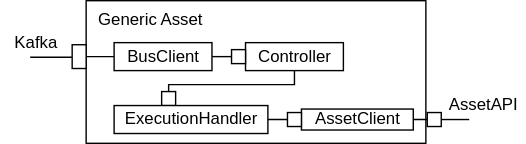
The draw.io diagram docs/CC_GenericService.svg in SDU-SW-Engineering/Reconfigurable-I4-Middleware-Software-Architecture, before a commit. Source tidied: cells renumbered, new cells last; positions are measured from the earlier drawing's top-left corner, leaving out a move shared by most shapes. Source of this version:
```xml
<mxGraphModel>
  <root>
    <mxCell id="0" />
    <mxCell id="1" parent="0" />
    <mxCell id="2" value="Generic Asset" style="html=1;fontFamily=Helvetica;fontSize=12;fontColor=#000000;align=left;verticalAlign=top;spacingLeft=7;" parent="1" vertex="1">
      <mxGeometry x="61" width="243" height="102" as="geometry" />
    </mxCell>
    <mxCell id="3" value="Controller" style="html=1;fontFamily=Helvetica;fontSize=12;fontColor=#000000;" parent="1" vertex="1">
      <mxGeometry x="175" y="30" width="70" height="20" as="geometry" />
    </mxCell>
    <mxCell id="4" style="rounded=0;whiteSpace=wrap;html=1;fontFamily=Helvetica;fontSize=12;fontColor=#000000;" parent="1" vertex="1">
      <mxGeometry x="165" y="35" width="10" height="10" as="geometry" />
    </mxCell>
    <mxCell id="5" style="rounded=0;whiteSpace=wrap;html=1;fontFamily=Helvetica;fontSize=12;fontColor=#000000;rotation=90;" parent="1" vertex="1">
      <mxGeometry x="115" y="65" width="10" height="10" as="geometry" />
    </mxCell>
    <mxCell id="6" style="edgeStyle=orthogonalEdgeStyle;rounded=0;jettySize=auto;html=1;startArrow=none;startFill=0;endArrow=none;endFill=0;entryX=0;entryY=0.5;entryDx=0;entryDy=0;" parent="1" edge="1" source="3" target="5">
      <mxGeometry relative="1" as="geometry">
        <Array as="points">
          <mxPoint x="210" y="60" />
          <mxPoint x="120" y="60" />
        </Array>
      </mxGeometry>
    </mxCell>
    <mxCell id="7" style="edgeStyle=orthogonalEdgeStyle;rounded=0;jettySize=auto;html=1;endArrow=none;endFill=0;startArrow=none;startFill=0;" parent="1" edge="1" target="8">
      <mxGeometry relative="1" as="geometry">
        <mxPoint x="21" y="40.5" as="sourcePoint" />
        <Array as="points">
          <mxPoint x="41" y="40.5" />
          <mxPoint x="41" y="40.5" />
        </Array>
      </mxGeometry>
    </mxCell>
    <mxCell id="8" style="rounded=0;whiteSpace=wrap;html=1;fontFamily=Helvetica;fontSize=12;fontColor=#000000;" parent="1" vertex="1">
      <mxGeometry x="51" y="31.5" width="10" height="17" as="geometry" />
    </mxCell>
    <mxCell id="9" style="edgeStyle=orthogonalEdgeStyle;rounded=0;jettySize=auto;html=1;startArrow=none;startFill=0;endArrow=none;endFill=0;entryX=0;entryY=0.5;entryDx=0;entryDy=0;" parent="1" edge="1" source="10" target="4">
      <mxGeometry relative="1" as="geometry">
        <Array as="points">
          <mxPoint x="165" y="40" />
          <mxPoint x="165" y="40" />
        </Array>
      </mxGeometry>
    </mxCell>
    <mxCell id="10" value="BusClient" style="html=1;fontFamily=Helvetica;fontSize=12;fontColor=#000000;" parent="1" vertex="1">
      <mxGeometry x="81" y="30" width="70" height="20" as="geometry" />
    </mxCell>
    <mxCell id="11" style="edgeStyle=orthogonalEdgeStyle;rounded=0;jettySize=auto;html=1;entryX=0;entryY=0.5;entryDx=0;entryDy=0;startArrow=none;startFill=0;endArrow=none;endFill=0;" parent="1" edge="1" source="8" target="10">
      <mxGeometry relative="1" as="geometry" />
    </mxCell>
    <mxCell id="12" value="Kafka" style="text;html=1;align=center;verticalAlign=middle;points=[];strokeColor=none;fillColor=none;" parent="1" vertex="1">
      <mxGeometry y="20" width="50" height="20" as="geometry" />
    </mxCell>
    <mxCell id="13" style="edgeStyle=orthogonalEdgeStyle;rounded=0;jettySize=auto;html=1;startArrow=none;startFill=0;endArrow=none;endFill=0;entryX=0;entryY=0.5;entryDx=0;entryDy=0;" parent="1" edge="1" source="14" target="20">
      <mxGeometry relative="1" as="geometry" />
    </mxCell>
    <mxCell id="14" value="ExecutionHandler" style="html=1;fontFamily=Helvetica;fontSize=12;fontColor=#000000;" parent="1" vertex="1">
      <mxGeometry x="81" y="75" width="110" height="20" as="geometry" />
    </mxCell>
    <mxCell id="15" style="edgeStyle=orthogonalEdgeStyle;rounded=0;jettySize=auto;html=1;entryX=0;entryY=0.5;entryDx=0;entryDy=0;startArrow=none;startFill=0;endArrow=none;endFill=0;" parent="1" edge="1" source="16" target="17">
      <mxGeometry relative="1" as="geometry" />
    </mxCell>
    <mxCell id="16" value="AssetClient" style="html=1;fontFamily=Helvetica;fontSize=12;fontColor=#000000;" parent="1" vertex="1">
      <mxGeometry x="215" y="77.5" width="80" height="15" as="geometry" />
    </mxCell>
    <mxCell id="17" style="rounded=0;whiteSpace=wrap;html=1;fontFamily=Helvetica;fontSize=12;fontColor=#000000;" parent="1" vertex="1">
      <mxGeometry x="305" y="80" width="10" height="10" as="geometry" />
    </mxCell>
    <mxCell id="18" style="edgeStyle=orthogonalEdgeStyle;rounded=0;jettySize=auto;html=1;startArrow=none;startFill=0;endArrow=none;endFill=0;exitX=1;exitY=0.5;exitDx=0;exitDy=0;" parent="1" edge="1" source="17">
      <mxGeometry relative="1" as="geometry">
        <mxPoint x="335" y="85" as="targetPoint" />
        <Array as="points">
          <mxPoint x="335" y="85" />
        </Array>
      </mxGeometry>
    </mxCell>
    <mxCell id="19" value="AssetAPI" style="text;html=1;align=center;verticalAlign=middle;strokeColor=none;fillColor=none;" parent="1" vertex="1">
      <mxGeometry x="315" y="65" width="60" height="20" as="geometry" />
    </mxCell>
    <mxCell id="20" style="rounded=0;whiteSpace=wrap;html=1;fontFamily=Helvetica;fontSize=12;fontColor=#000000;" parent="1" vertex="1">
      <mxGeometry x="205" y="80" width="10" height="10" as="geometry" />
    </mxCell>
  </root>
</mxGraphModel>
```
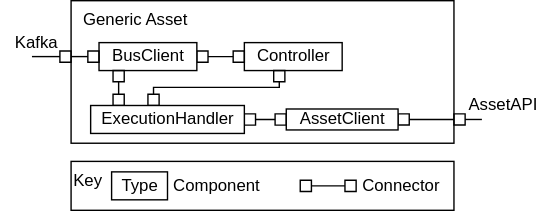
Above is the later version.

The edit, as a diff of the source:
```diff
@@ -3,82 +3,97 @@
     <mxCell id="0" />
     <mxCell id="1" parent="0" />
     <mxCell id="2" value="Generic Asset" style="html=1;fontFamily=Helvetica;fontSize=12;fontColor=#000000;align=left;verticalAlign=top;spacingLeft=7;" parent="1" vertex="1">
-      <mxGeometry x="61" width="243" height="102" as="geometry" />
+      <mxGeometry x="61" width="274" height="102" as="geometry" />
     </mxCell>
     <mxCell id="3" value="Controller" style="html=1;fontFamily=Helvetica;fontSize=12;fontColor=#000000;" parent="1" vertex="1">
-      <mxGeometry x="175" y="30" width="70" height="20" as="geometry" />
+      <mxGeometry x="185" y="30" width="70" height="20" as="geometry" />
     </mxCell>
-    <mxCell id="4" style="rounded=0;whiteSpace=wrap;html=1;fontFamily=Helvetica;fontSize=12;fontColor=#000000;" parent="1" vertex="1">
-      <mxGeometry x="165" y="35" width="10" height="10" as="geometry" />
+    <mxCell id="4" style="edgeStyle=orthogonalEdgeStyle;rounded=0;jettySize=auto;html=1;startArrow=box;startFill=0;endArrow=box;endFill=0;" parent="1" edge="1" source="3" target="12">
+      <mxGeometry relative="1" as="geometry">
+        <Array as="points">
+          <mxPoint x="210" y="62" />
+          <mxPoint x="120" y="62" />
+        </Array>
+      </mxGeometry>
     </mxCell>
-    <mxCell id="5" style="rounded=0;whiteSpace=wrap;html=1;fontFamily=Helvetica;fontSize=12;fontColor=#000000;rotation=90;" parent="1" vertex="1">
-      <mxGeometry x="115" y="65" width="10" height="10" as="geometry" />
+    <mxCell id="5" style="edgeStyle=orthogonalEdgeStyle;rounded=0;orthogonalLoop=1;jettySize=auto;html=1;endArrow=none;endFill=0;startArrow=none;startFill=0;" parent="1" edge="1">
+      <mxGeometry relative="1" as="geometry">
+        <mxPoint x="33" y="40" as="sourcePoint" />
+        <mxPoint x="53" y="40.5" as="targetPoint" />
+        <Array as="points">
+          <mxPoint x="53" y="40" />
+          <mxPoint x="53" y="40" />
+        </Array>
+      </mxGeometry>
     </mxCell>
-    <mxCell id="6" style="edgeStyle=orthogonalEdgeStyle;rounded=0;jettySize=auto;html=1;startArrow=none;startFill=0;endArrow=none;endFill=0;entryX=0;entryY=0.5;entryDx=0;entryDy=0;" parent="1" edge="1" source="3" target="5">
-      <mxGeometry relative="1" as="geometry">
-        <Array as="points">
-          <mxPoint x="210" y="60" />
-          <mxPoint x="120" y="60" />
-        </Array>
-      </mxGeometry>
+    <mxCell id="6" style="edgeStyle=orthogonalEdgeStyle;rounded=0;jettySize=auto;html=1;startArrow=box;startFill=0;endArrow=box;endFill=0;" parent="1" edge="1" source="7" target="3">
+      <mxGeometry relative="1" as="geometry" />
     </mxCell>
-    <mxCell id="7" style="edgeStyle=orthogonalEdgeStyle;rounded=0;jettySize=auto;html=1;endArrow=none;endFill=0;startArrow=none;startFill=0;" parent="1" edge="1" target="8">
-      <mxGeometry relative="1" as="geometry">
-        <mxPoint x="21" y="40.5" as="sourcePoint" />
-        <Array as="points">
-          <mxPoint x="41" y="40.5" />
-          <mxPoint x="41" y="40.5" />
-        </Array>
-      </mxGeometry>
+    <mxCell id="7" value="BusClient" style="html=1;fontFamily=Helvetica;fontSize=12;fontColor=#000000;" parent="1" vertex="1">
+      <mxGeometry x="81" y="30" width="70" height="20" as="geometry" />
     </mxCell>
-    <mxCell id="8" style="rounded=0;whiteSpace=wrap;html=1;fontFamily=Helvetica;fontSize=12;fontColor=#000000;" parent="1" vertex="1">
-      <mxGeometry x="51" y="31.5" width="10" height="17" as="geometry" />
+    <mxCell id="8" style="edgeStyle=orthogonalEdgeStyle;rounded=0;jettySize=auto;html=1;entryX=0;entryY=0.5;entryDx=0;entryDy=0;startArrow=box;startFill=0;endArrow=box;endFill=0;" parent="1" edge="1" target="7">
+      <mxGeometry relative="1" as="geometry">
+        <mxPoint x="53" y="40" as="sourcePoint" />
+      </mxGeometry>
     </mxCell>
-    <mxCell id="9" style="edgeStyle=orthogonalEdgeStyle;rounded=0;jettySize=auto;html=1;startArrow=none;startFill=0;endArrow=none;endFill=0;entryX=0;entryY=0.5;entryDx=0;entryDy=0;" parent="1" edge="1" source="10" target="4">
-      <mxGeometry relative="1" as="geometry">
-        <Array as="points">
-          <mxPoint x="165" y="40" />
-          <mxPoint x="165" y="40" />
-        </Array>
-      </mxGeometry>
+    <mxCell id="9" value="Kafka" style="text;html=1;align=center;verticalAlign=middle;strokeColor=none;fillColor=none;" parent="1" vertex="1">
+      <mxGeometry x="11" y="20" width="50" height="20" as="geometry" />
     </mxCell>
-    <mxCell id="10" value="BusClient" style="html=1;fontFamily=Helvetica;fontSize=12;fontColor=#000000;" parent="1" vertex="1">
-      <mxGeometry x="81" y="30" width="70" height="20" as="geometry" />
+    <mxCell id="10" style="edgeStyle=orthogonalEdgeStyle;rounded=0;jettySize=auto;html=1;startArrow=box;startFill=0;endArrow=box;endFill=0;" parent="1" edge="1" source="12" target="14">
+      <mxGeometry relative="1" as="geometry" />
     </mxCell>
-    <mxCell id="11" style="edgeStyle=orthogonalEdgeStyle;rounded=0;jettySize=auto;html=1;entryX=0;entryY=0.5;entryDx=0;entryDy=0;startArrow=none;startFill=0;endArrow=none;endFill=0;" parent="1" edge="1" source="8" target="10">
-      <mxGeometry relative="1" as="geometry" />
+    <mxCell id="11" style="edgeStyle=orthogonalEdgeStyle;rounded=0;jettySize=auto;html=1;startArrow=box;startFill=0;endArrow=box;endFill=0;" parent="1" edge="1" source="12" target="7">
+      <mxGeometry relative="1" as="geometry">
+        <Array as="points">
+          <mxPoint x="95" y="60" />
+          <mxPoint x="95" y="60" />
+        </Array>
+      </mxGeometry>
     </mxCell>
-    <mxCell id="12" value="Kafka" style="text;html=1;align=center;verticalAlign=middle;points=[];strokeColor=none;fillColor=none;" parent="1" vertex="1">
-      <mxGeometry y="20" width="50" height="20" as="geometry" />
+    <mxCell id="12" value="ExecutionHandler" style="html=1;fontFamily=Helvetica;fontSize=12;fontColor=#000000;" parent="1" vertex="1">
+      <mxGeometry x="75" y="75" width="110" height="20" as="geometry" />
     </mxCell>
-    <mxCell id="13" style="edgeStyle=orthogonalEdgeStyle;rounded=0;jettySize=auto;html=1;startArrow=none;startFill=0;endArrow=none;endFill=0;entryX=0;entryY=0.5;entryDx=0;entryDy=0;" parent="1" edge="1" source="14" target="20">
-      <mxGeometry relative="1" as="geometry" />
+    <mxCell id="13" style="edgeStyle=orthogonalEdgeStyle;rounded=0;jettySize=auto;html=1;startArrow=box;startFill=0;endArrow=box;endFill=0;" parent="1" edge="1" source="14">
+      <mxGeometry relative="1" as="geometry">
+        <mxPoint x="343" y="85" as="targetPoint" />
+      </mxGeometry>
     </mxCell>
-    <mxCell id="14" value="ExecutionHandler" style="html=1;fontFamily=Helvetica;fontSize=12;fontColor=#000000;" parent="1" vertex="1">
-      <mxGeometry x="81" y="75" width="110" height="20" as="geometry" />
+    <mxCell id="14" value="AssetClient" style="html=1;fontFamily=Helvetica;fontSize=12;fontColor=#000000;" parent="1" vertex="1">
+      <mxGeometry x="215" y="77.5" width="80" height="15" as="geometry" />
     </mxCell>
-    <mxCell id="15" style="edgeStyle=orthogonalEdgeStyle;rounded=0;jettySize=auto;html=1;entryX=0;entryY=0.5;entryDx=0;entryDy=0;startArrow=none;startFill=0;endArrow=none;endFill=0;" parent="1" edge="1" source="16" target="17">
-      <mxGeometry relative="1" as="geometry" />
+    <mxCell id="15" style="edgeStyle=orthogonalEdgeStyle;rounded=0;orthogonalLoop=1;jettySize=auto;html=1;startArrow=none;startFill=0;endArrow=none;endFill=0;" parent="1" edge="1">
+      <mxGeometry relative="1" as="geometry">
+        <mxPoint x="343" y="85" as="sourcePoint" />
+        <mxPoint x="355" y="85" as="targetPoint" />
+        <Array as="points">
+          <mxPoint x="343" y="85" />
+        </Array>
+      </mxGeometry>
     </mxCell>
-    <mxCell id="16" value="AssetClient" style="html=1;fontFamily=Helvetica;fontSize=12;fontColor=#000000;" parent="1" vertex="1">
-      <mxGeometry x="215" y="77.5" width="80" height="15" as="geometry" />
+    <mxCell id="16" value="AssetAPI" style="text;html=1;align=center;verticalAlign=middle;points=[];strokeColor=none;fillColor=none;" parent="1" vertex="1">
+      <mxGeometry x="340" y="65" width="60" height="20" as="geometry" />
     </mxCell>
-    <mxCell id="17" style="rounded=0;whiteSpace=wrap;html=1;fontFamily=Helvetica;fontSize=12;fontColor=#000000;" parent="1" vertex="1">
-      <mxGeometry x="305" y="80" width="10" height="10" as="geometry" />
+    <mxCell id="17" value="Key" style="rounded=0;whiteSpace=wrap;html=1;align=left;verticalAlign=top;" parent="1" vertex="1">
+      <mxGeometry x="61" y="115" width="274" height="35" as="geometry" />
     </mxCell>
-    <mxCell id="18" style="edgeStyle=orthogonalEdgeStyle;rounded=0;jettySize=auto;html=1;startArrow=none;startFill=0;endArrow=none;endFill=0;exitX=1;exitY=0.5;exitDx=0;exitDy=0;" parent="1" edge="1" source="17">
-      <mxGeometry relative="1" as="geometry">
-        <mxPoint x="335" y="85" as="targetPoint" />
-        <Array as="points">
-          <mxPoint x="335" y="85" />
-        </Array>
-      </mxGeometry>
+    <mxCell id="18" value="Type" style="html=1;fontFamily=Helvetica;fontSize=12;fontColor=#000000;" parent="1" vertex="1">
+      <mxGeometry x="90" y="122.5" width="40" height="20" as="geometry" />
     </mxCell>
-    <mxCell id="19" value="AssetAPI" style="text;html=1;align=center;verticalAlign=middle;strokeColor=none;fillColor=none;" parent="1" vertex="1">
-      <mxGeometry x="315" y="65" width="60" height="20" as="geometry" />
+    <mxCell id="19" value="Component" style="text;html=1;align=center;verticalAlign=middle;strokeColor=none;fillColor=none;" parent="1" vertex="1">
+      <mxGeometry x="125" y="122.5" width="80" height="20" as="geometry" />
     </mxCell>
-    <mxCell id="20" style="rounded=0;whiteSpace=wrap;html=1;fontFamily=Helvetica;fontSize=12;fontColor=#000000;" parent="1" vertex="1">
-      <mxGeometry x="205" y="80" width="10" height="10" as="geometry" />
+    <mxCell id="20" style="edgeStyle=orthogonalEdgeStyle;rounded=0;orthogonalLoop=1;jettySize=auto;html=1;startArrow=box;startFill=0;endArrow=box;endFill=0;" parent="1" edge="1">
+      <mxGeometry relative="1" as="geometry">
+        <mxPoint x="225" y="132.5" as="sourcePoint" />
+        <mxPoint x="265" y="132.5" as="targetPoint" />
+        <Array as="points">
+          <mxPoint x="245" y="132.5" />
+        </Array>
+      </mxGeometry>
     </mxCell>
+    <mxCell id="21" value="Connector" style="text;html=1;align=center;verticalAlign=middle;strokeColor=none;fillColor=none;" parent="1" vertex="1">
+      <mxGeometry x="262" y="122.5" width="70" height="20" as="geometry" />
+    </mxCell>
   </root>
 </mxGraphModel>
```
